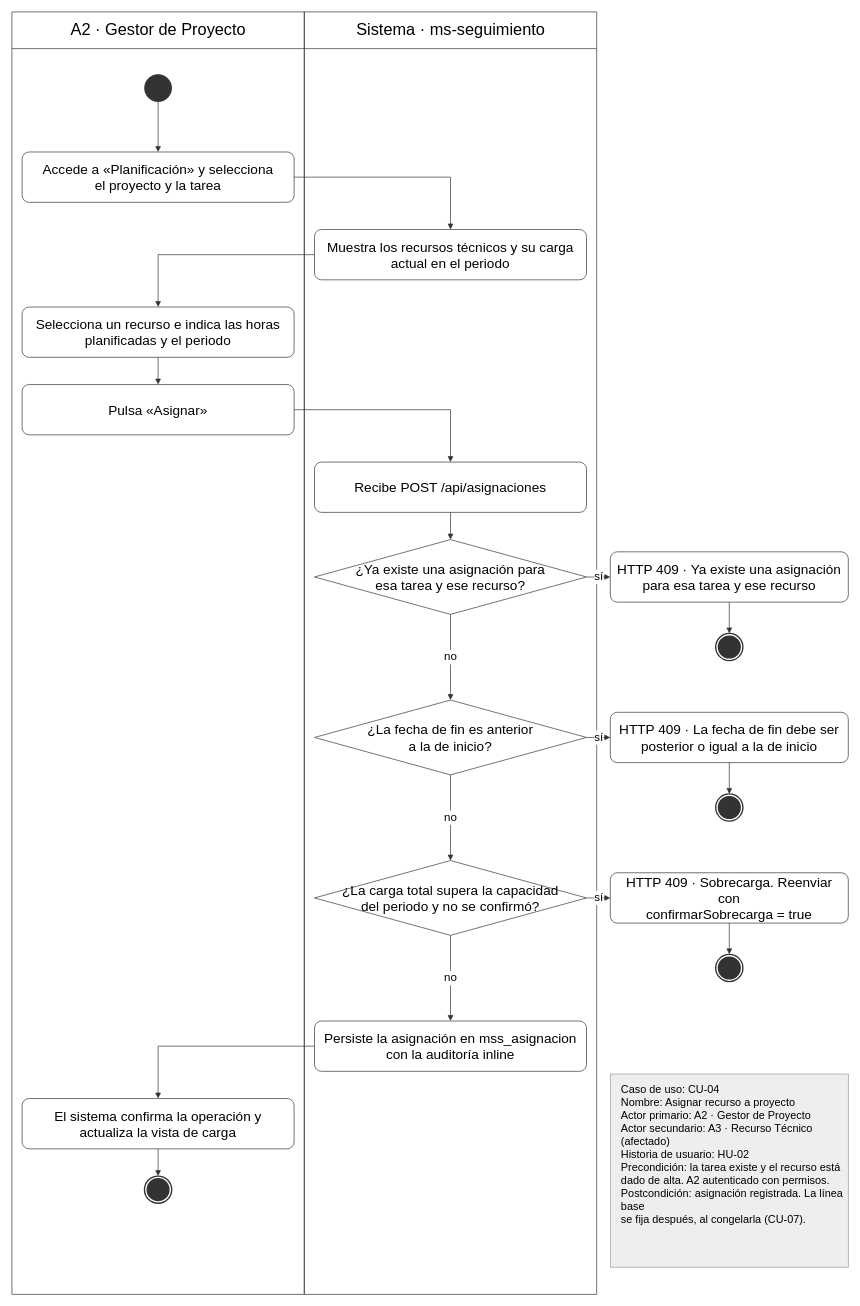
The draw.io diagram Docs/Diagramas/Actividad/CU-04_Asignar_Recurso_Proyecto.drawio in tfm-missi-2026/orquestacion, before the edit. Source tidied: cells renumbered, new cells numbered last; positions are measured from the earlier drawing's top-left corner, leaving out a move shared by most shapes. Both pictures are drawn from the tidied source at 68%, with x=0, y=0 at pixel (12, 12).
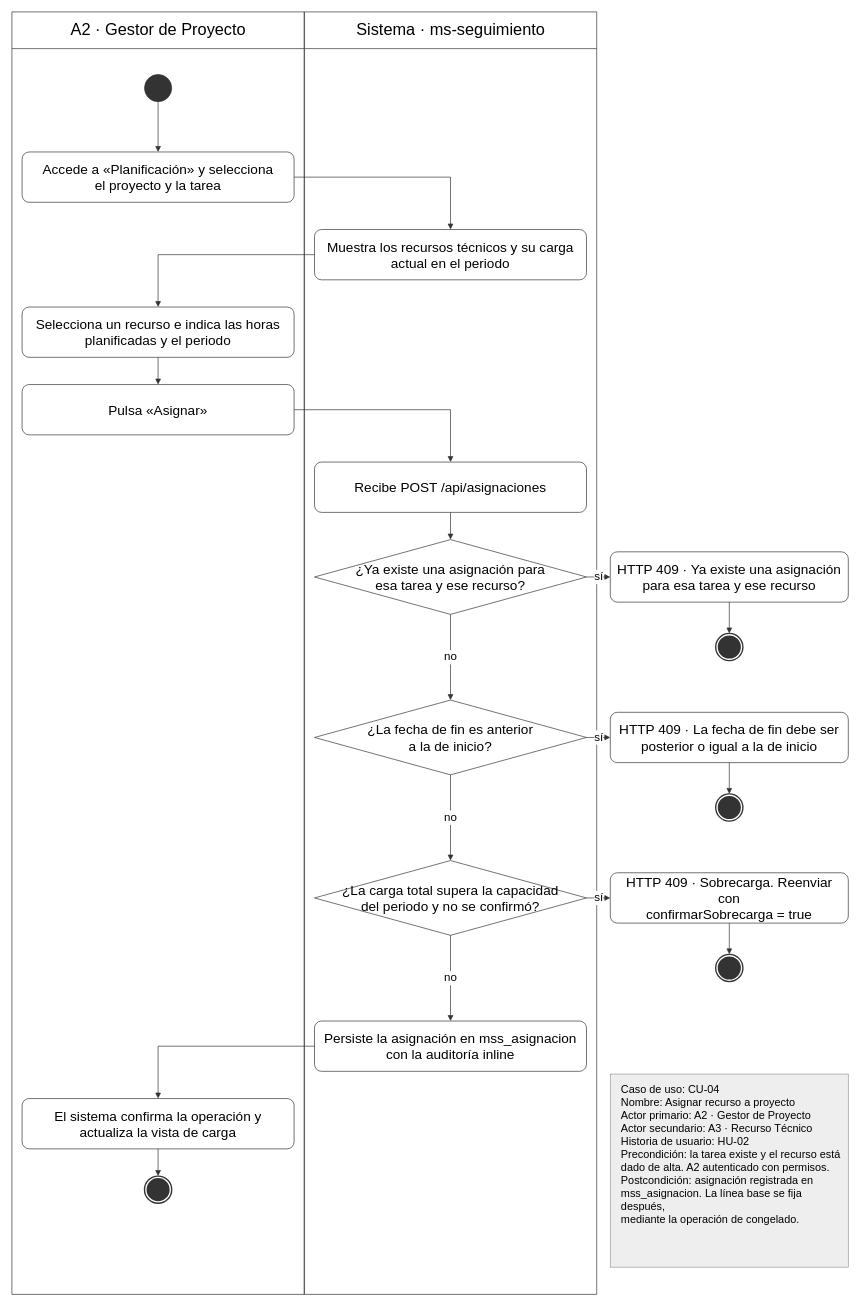
After the change.

What changed in the source:
```diff
@@
-    <mxCell id="39" value="Caso de uso: CU-04&lt;br&gt;Nombre: Asignar recurso a proyecto&lt;br&gt;Actor primario: A2 · Gestor de Proyecto&lt;br&gt;Actor secundario: A3 · Recurso Técnico (afectado)&lt;br&gt;Historia de usuario: HU-02&lt;br&gt;Precondición: la tarea existe y el recurso está&lt;br&gt;dado de alta. A2 autenticado con permisos.&lt;br&gt;Postcondición: asignación registrada. La línea base&lt;br&gt;se fija después, al congelarla (CU-07)." style="rounded=0;whiteSpace=wrap;html=1;fillColor=#EEEEEE;strokeColor=#999999;strokeWidth=1;fontColor=#000000;fontSize=16;align=left;verticalAlign=top;spacingLeft=14;spacingTop=6;shadow=0;" parent="1" vertex="1">
+    <mxCell id="39" value="Caso de uso: CU-04&lt;br&gt;Nombre: Asignar recurso a proyecto&lt;br&gt;Actor primario: A2 · Gestor de Proyecto&lt;br&gt;Actor secundario: A3 · Recurso Técnico&lt;br&gt;Historia de usuario: HU-02&lt;br&gt;Precondición: la tarea existe y el recurso está&lt;br&gt;dado de alta. A2 autenticado con permisos.&lt;br&gt;Postcondición: asignación registrada en&lt;br&gt;mss_asignacion. La línea base se fija después,&lt;br&gt;mediante la operación de congelado." style="rounded=0;whiteSpace=wrap;html=1;fillColor=#EEEEEE;strokeColor=#999999;strokeWidth=1;fontColor=#000000;fontSize=16;align=left;verticalAlign=top;spacingLeft=14;spacingTop=6;shadow=0;" parent="1" vertex="1">
       <mxGeometry x="880" y="1562" width="350" height="284" as="geometry" />
     </mxCell>
```
